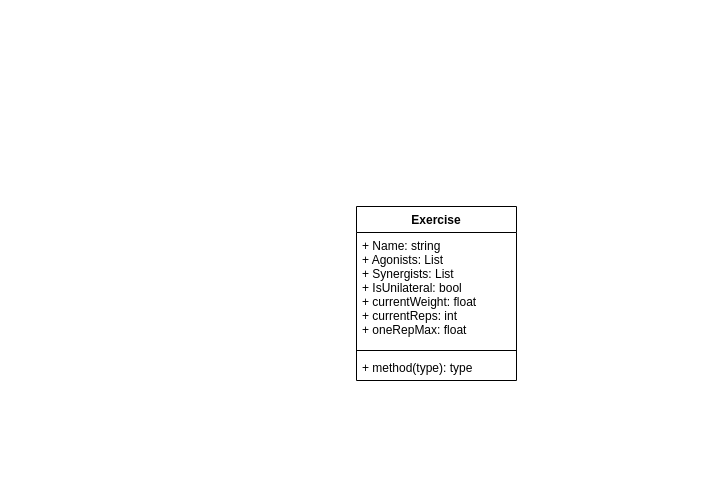
The draw.io diagram Untitled Diagram.drawio in Bicyclettamanagement/fitnesstracker, before the edit. Source tidied: cells renumbered, new cells numbered last; positions are measured from the earlier drawing's top-left corner, leaving out a move shared by most shapes. Both pictures are drawn from the tidied source at 100%, with x=0, y=0 at pixel (356, 206).
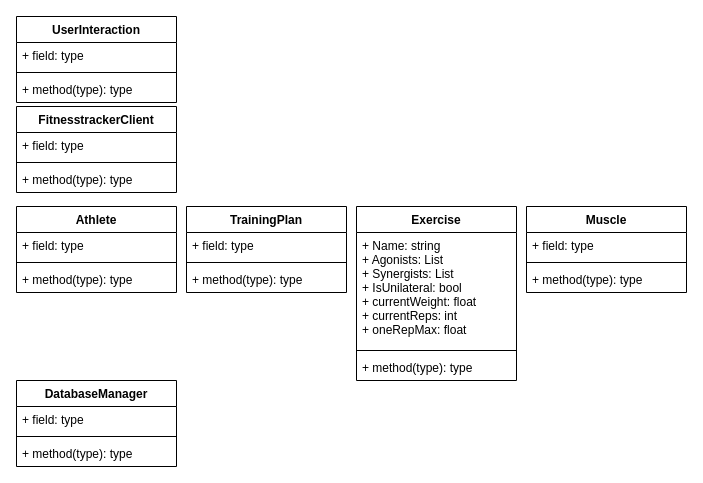
Above is the later version.

The edit, as a diff of the source:
```diff
@@
+    <mxCell id="6" value="Athlete" style="swimlane;fontStyle=1;align=center;verticalAlign=top;horizontal=1;startSize=26;" parent="1" vertex="1">
+      <mxGeometry x="-340" width="160" height="86" as="geometry" />
+    </mxCell>
+    <mxCell id="7" value="+ field: type" style="text;strokeColor=none;fillColor=none;align=left;verticalAlign=top;spacingLeft=4;spacingRight=4;overflow=hidden;" parent="6" vertex="1">
+      <mxGeometry y="26" width="160" height="26" as="geometry" />
+    </mxCell>
+    <mxCell id="8" style="line;strokeWidth=1;fillColor=none;align=left;verticalAlign=middle;spacingTop=-1;spacingLeft=3;spacingRight=3;labelPosition=right;strokeColor=inherit;" parent="6" vertex="1">
+      <mxGeometry y="52" width="160" height="8" as="geometry" />
+    </mxCell>
+    <mxCell id="9" value="+ method(type): type" style="text;strokeColor=none;fillColor=none;align=left;verticalAlign=top;spacingLeft=4;spacingRight=4;overflow=hidden;" parent="6" vertex="1">
+      <mxGeometry y="60" width="160" height="26" as="geometry" />
+    </mxCell>
+    <mxCell id="10" value="FitnesstrackerClient" style="swimlane;fontStyle=1;align=center;verticalAlign=top;horizontal=1;startSize=26;" parent="1" vertex="1">
+      <mxGeometry x="-340" y="-100" width="160" height="86" as="geometry" />
+    </mxCell>
+    <mxCell id="11" value="+ field: type" style="text;strokeColor=none;fillColor=none;align=left;verticalAlign=top;spacingLeft=4;spacingRight=4;overflow=hidden;" parent="10" vertex="1">
+      <mxGeometry y="26" width="160" height="26" as="geometry" />
+    </mxCell>
+    <mxCell id="12" style="line;strokeWidth=1;fillColor=none;align=left;verticalAlign=middle;spacingTop=-1;spacingLeft=3;spacingRight=3;labelPosition=right;strokeColor=inherit;" parent="10" vertex="1">
+      <mxGeometry y="52" width="160" height="8" as="geometry" />
+    </mxCell>
+    <mxCell id="13" value="+ method(type): type" style="text;strokeColor=none;fillColor=none;align=left;verticalAlign=top;spacingLeft=4;spacingRight=4;overflow=hidden;" parent="10" vertex="1">
+      <mxGeometry y="60" width="160" height="26" as="geometry" />
+    </mxCell>
+    <mxCell id="14" value="DatabaseManager" style="swimlane;fontStyle=1;align=center;verticalAlign=top;horizontal=1;startSize=26;" parent="1" vertex="1">
+      <mxGeometry x="-340" y="174" width="160" height="86" as="geometry" />
+    </mxCell>
+    <mxCell id="15" value="+ field: type" style="text;strokeColor=none;fillColor=none;align=left;verticalAlign=top;spacingLeft=4;spacingRight=4;overflow=hidden;" parent="14" vertex="1">
+      <mxGeometry y="26" width="160" height="26" as="geometry" />
+    </mxCell>
+    <mxCell id="16" style="line;strokeWidth=1;fillColor=none;align=left;verticalAlign=middle;spacingTop=-1;spacingLeft=3;spacingRight=3;labelPosition=right;strokeColor=inherit;" parent="14" vertex="1">
+      <mxGeometry y="52" width="160" height="8" as="geometry" />
+    </mxCell>
+    <mxCell id="17" value="+ method(type): type" style="text;strokeColor=none;fillColor=none;align=left;verticalAlign=top;spacingLeft=4;spacingRight=4;overflow=hidden;" parent="14" vertex="1">
+      <mxGeometry y="60" width="160" height="26" as="geometry" />
+    </mxCell>
+    <mxCell id="18" value="UserInteraction" style="swimlane;fontStyle=1;align=center;verticalAlign=top;horizontal=1;startSize=26;" parent="1" vertex="1">
+      <mxGeometry x="-340" y="-190" width="160" height="86" as="geometry" />
+    </mxCell>
+    <mxCell id="19" value="+ field: type" style="text;strokeColor=none;fillColor=none;align=left;verticalAlign=top;spacingLeft=4;spacingRight=4;overflow=hidden;" parent="18" vertex="1">
+      <mxGeometry y="26" width="160" height="26" as="geometry" />
+    </mxCell>
+    <mxCell id="20" style="line;strokeWidth=1;fillColor=none;align=left;verticalAlign=middle;spacingTop=-1;spacingLeft=3;spacingRight=3;labelPosition=right;strokeColor=inherit;" parent="18" vertex="1">
+      <mxGeometry y="52" width="160" height="8" as="geometry" />
+    </mxCell>
+    <mxCell id="21" value="+ method(type): type" style="text;strokeColor=none;fillColor=none;align=left;verticalAlign=top;spacingLeft=4;spacingRight=4;overflow=hidden;" parent="18" vertex="1">
+      <mxGeometry y="60" width="160" height="26" as="geometry" />
+    </mxCell>
+    <mxCell id="22" value="Muscle" style="swimlane;fontStyle=1;align=center;verticalAlign=top;horizontal=1;startSize=26;" parent="1" vertex="1">
+      <mxGeometry x="170" width="160" height="86" as="geometry" />
+    </mxCell>
+    <mxCell id="23" value="+ field: type" style="text;strokeColor=none;fillColor=none;align=left;verticalAlign=top;spacingLeft=4;spacingRight=4;overflow=hidden;" parent="22" vertex="1">
+      <mxGeometry y="26" width="160" height="26" as="geometry" />
+    </mxCell>
+    <mxCell id="24" style="line;strokeWidth=1;fillColor=none;align=left;verticalAlign=middle;spacingTop=-1;spacingLeft=3;spacingRight=3;labelPosition=right;strokeColor=inherit;" parent="22" vertex="1">
+      <mxGeometry y="52" width="160" height="8" as="geometry" />
+    </mxCell>
+    <mxCell id="25" value="+ method(type): type" style="text;strokeColor=none;fillColor=none;align=left;verticalAlign=top;spacingLeft=4;spacingRight=4;overflow=hidden;" parent="22" vertex="1">
+      <mxGeometry y="60" width="160" height="26" as="geometry" />
+    </mxCell>
+    <mxCell id="26" value="TrainingPlan" style="swimlane;fontStyle=1;align=center;verticalAlign=top;horizontal=1;startSize=26;" parent="1" vertex="1">
+      <mxGeometry x="-170" width="160" height="86" as="geometry" />
+    </mxCell>
+    <mxCell id="27" value="+ field: type" style="text;strokeColor=none;fillColor=none;align=left;verticalAlign=top;spacingLeft=4;spacingRight=4;overflow=hidden;" parent="26" vertex="1">
+      <mxGeometry y="26" width="160" height="26" as="geometry" />
+    </mxCell>
+    <mxCell id="28" style="line;strokeWidth=1;fillColor=none;align=left;verticalAlign=middle;spacingTop=-1;spacingLeft=3;spacingRight=3;labelPosition=right;strokeColor=inherit;" parent="26" vertex="1">
+      <mxGeometry y="52" width="160" height="8" as="geometry" />
+    </mxCell>
+    <mxCell id="29" value="+ method(type): type" style="text;strokeColor=none;fillColor=none;align=left;verticalAlign=top;spacingLeft=4;spacingRight=4;overflow=hidden;" parent="26" vertex="1">
+      <mxGeometry y="60" width="160" height="26" as="geometry" />
+    </mxCell>
```
